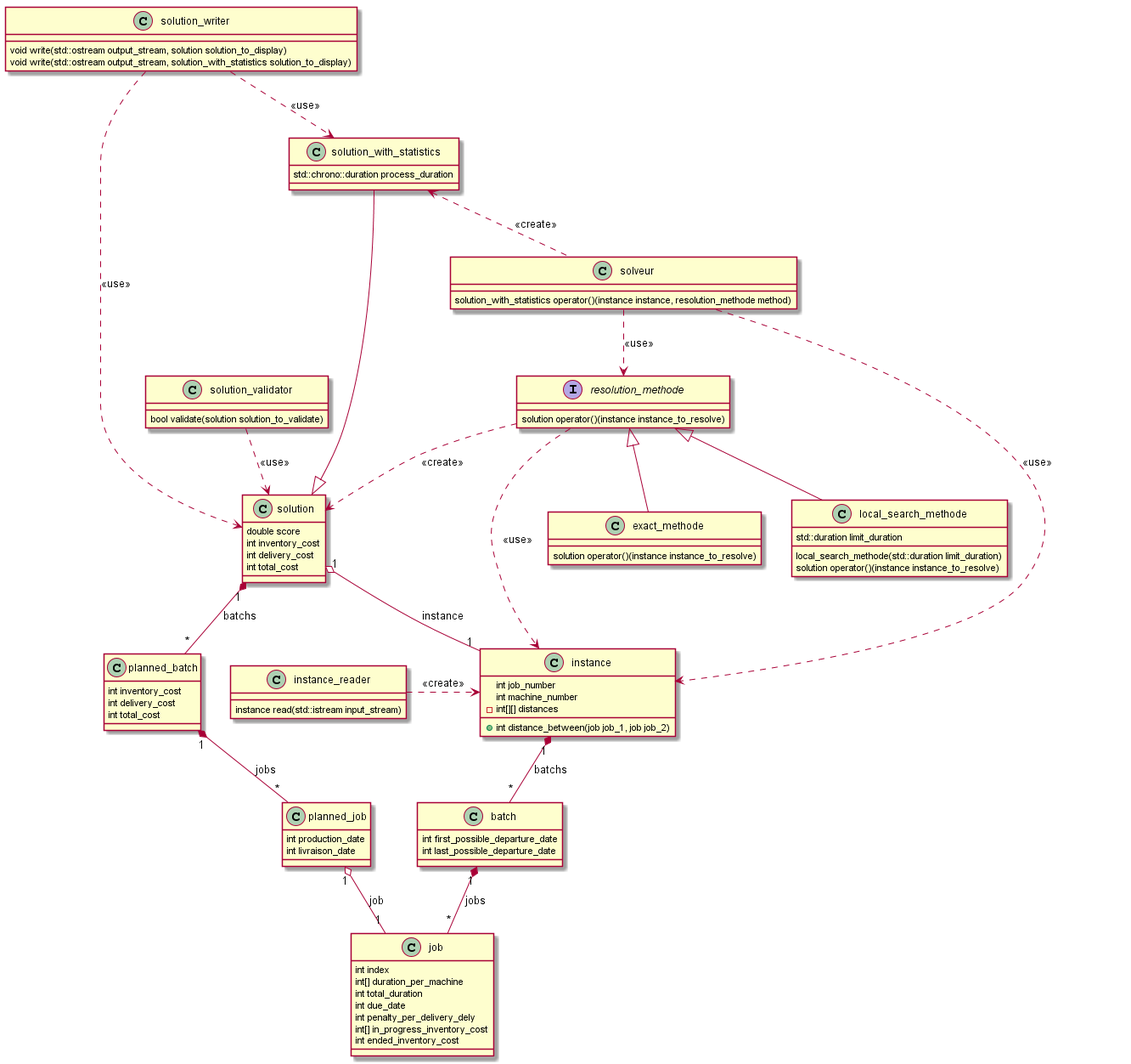
Before: rapport/parts/diagramme_classes.png, a diagram exported from PlantUML (JHilleri/projet_recherche_developpement).
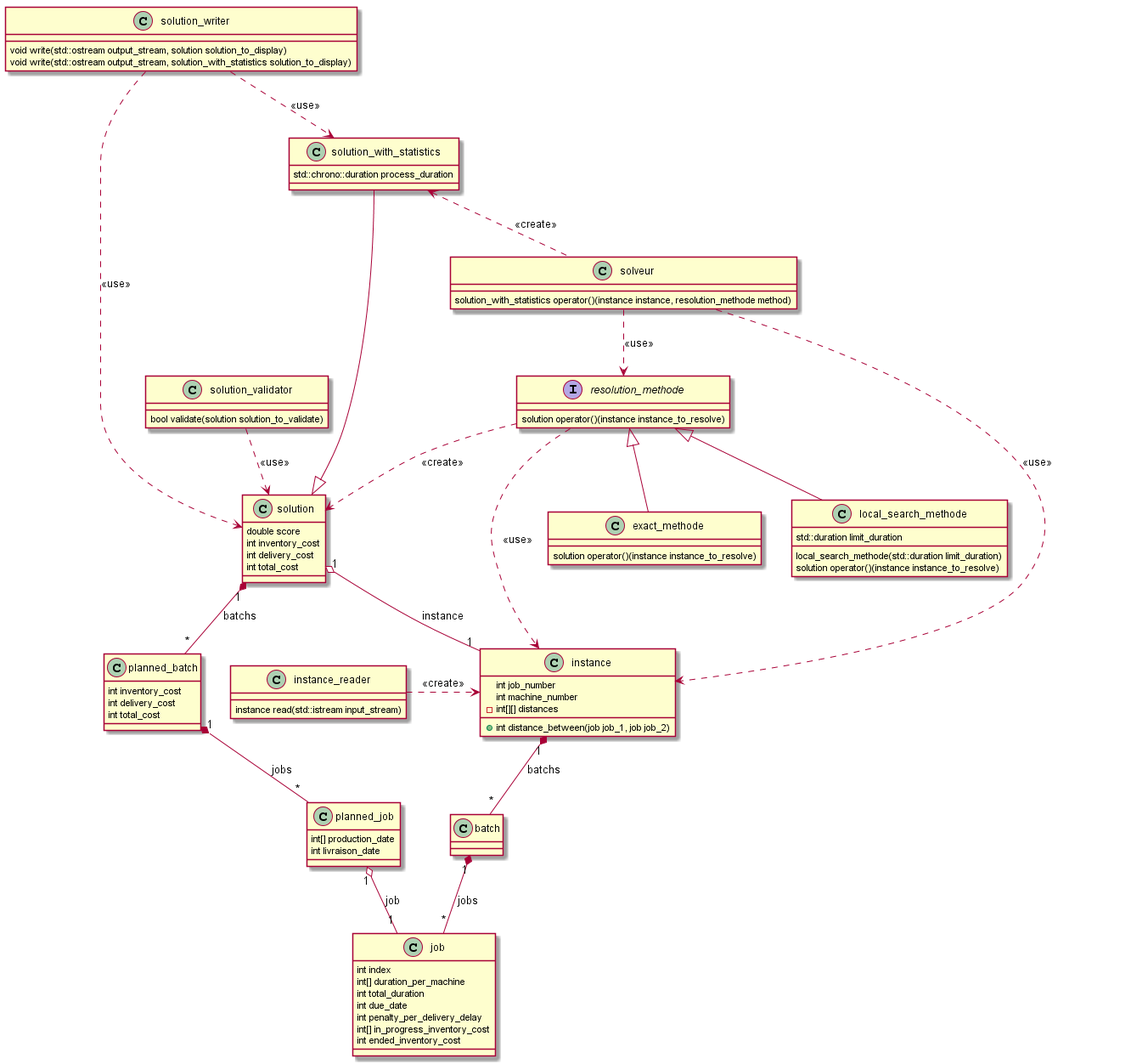
The same diagram one commit later.

What changed in the source:
```diff
@@ -6,7 +6,7 @@
     int[] duration_per_machine
     int total_duration
     int due_date
-    int penalty_per_delivery_dely
+    int penalty_per_delivery_delay
     int[] in_progress_inventory_cost
     int ended_inventory_cost
 }
@@ -20,8 +20,6 @@
 }
 
 class batch {
-    int first_possible_departure_date
-    int last_possible_departure_date
 }
 
 instance "1" *-- "*" batch : batchs
@@ -93,7 +91,7 @@
 resolution_methode ..> solution : <<create>>
 
 class planned_job {
-    int production_date
+    int[] production_date
     int livraison_date
 }
 
```
